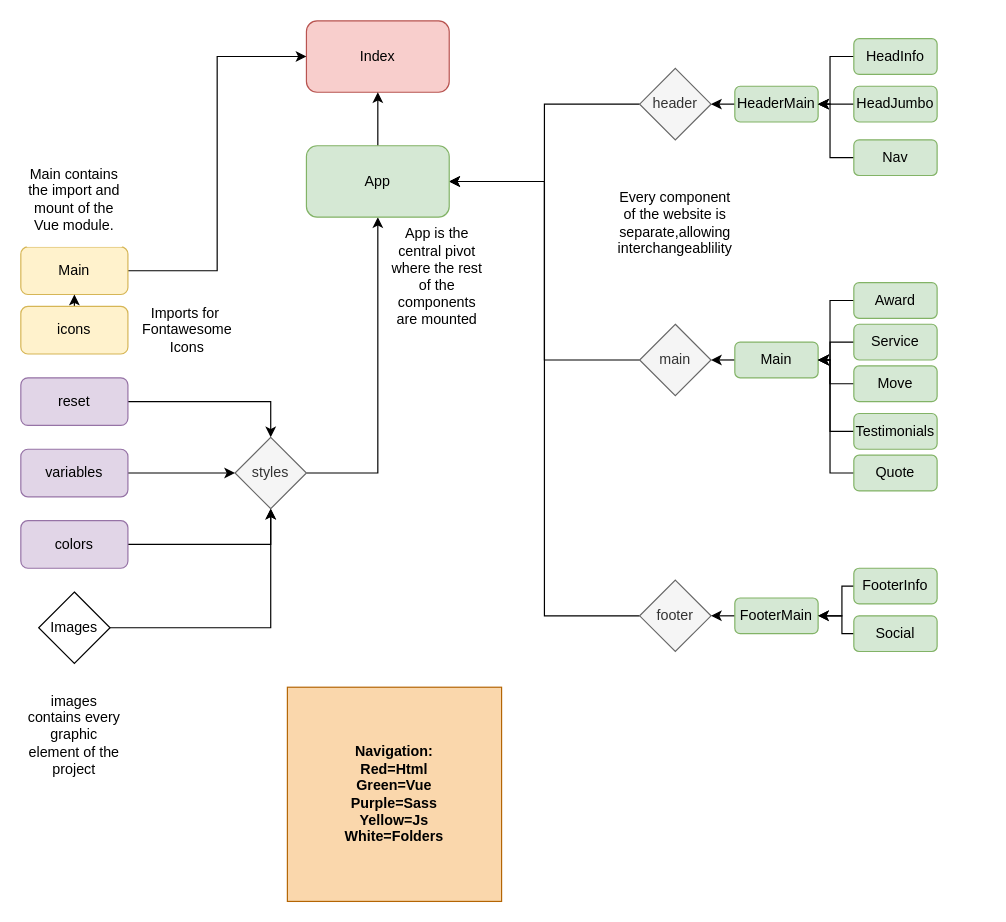
The draw.io diagram Avada Movers.drawio in Lorenzo91347/proj-html-vuejs, before the edit. Source tidied: cells renumbered, new cells numbered last; positions are measured from the earlier drawing's top-left corner, leaving out a move shared by most shapes. Both pictures are drawn from the tidied source at 119%, with x=0, y=0 at pixel (20, 20).
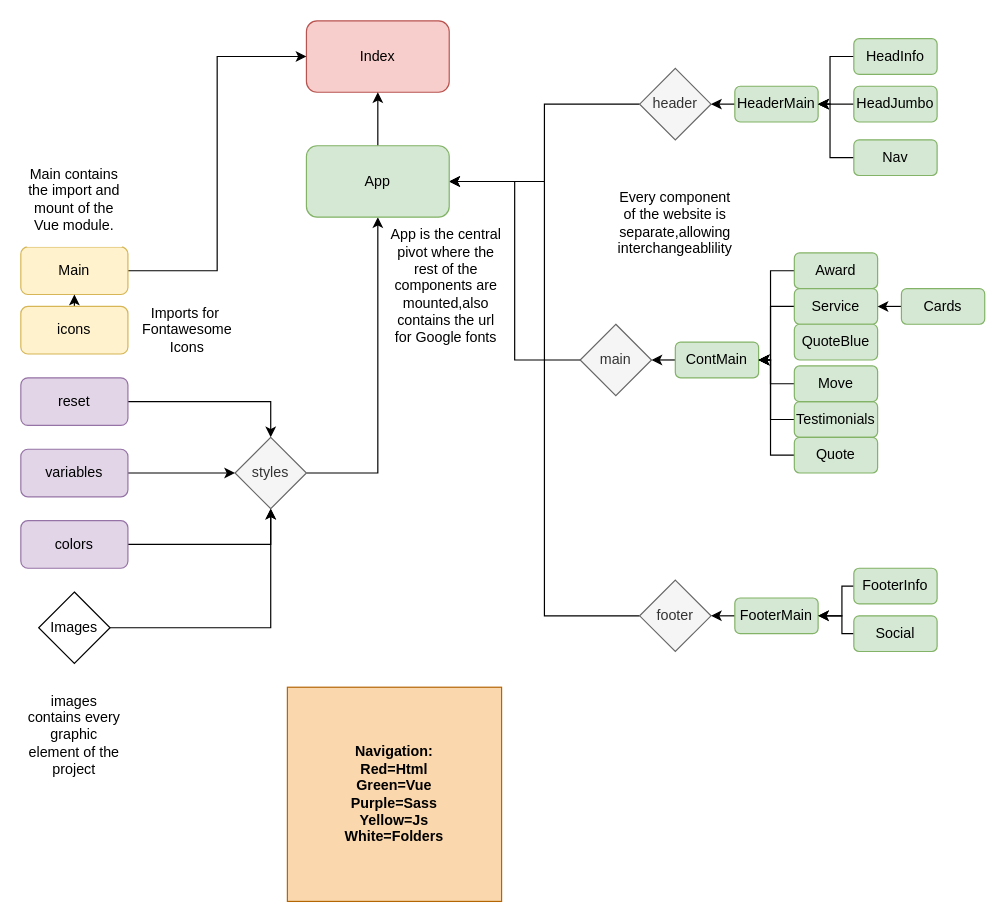
Above is the later version.

What changed in the source:
```diff
@@
     <mxCell id="6" value="main" style="rhombus;whiteSpace=wrap;html=1;fillColor=#f5f5f5;fontColor=#333333;strokeColor=#666666;" parent="1" vertex="1">
-      <mxGeometry x="520" y="255" width="60" height="60" as="geometry" />
+      <mxGeometry x="470" y="255" width="60" height="60" as="geometry" />
     </mxCell>
@@
-    <mxCell id="18" value="Main" style="rounded=1;whiteSpace=wrap;html=1;fillColor=#d5e8d4;strokeColor=#82b366;" parent="1" vertex="1">
-      <mxGeometry x="600" y="270" width="70" height="30" as="geometry" />
+    <mxCell id="18" value="ContMain" style="rounded=1;whiteSpace=wrap;html=1;fillColor=#d5e8d4;strokeColor=#82b366;" parent="1" vertex="1">
+      <mxGeometry x="550" y="270" width="70" height="30" as="geometry" />
     </mxCell>
     <mxCell id="19" style="edgeStyle=orthogonalEdgeStyle;rounded=0;jettySize=auto;html=1;exitX=0;exitY=0.5;exitDx=0;exitDy=0;entryX=1;entryY=0.5;entryDx=0;entryDy=0;" parent="1" edge="1" source="20" target="18">
       <mxGeometry relative="1" as="geometry">
         <Array as="points">
-          <mxPoint x="680" y="235" />
-          <mxPoint x="680" y="285" />
+          <mxPoint x="630" y="210" />
+          <mxPoint x="630" y="285" />
         </Array>
       </mxGeometry>
     </mxCell>
     <mxCell id="20" value="Award" style="rounded=1;whiteSpace=wrap;html=1;fillColor=#d5e8d4;strokeColor=#82b366;" parent="1" vertex="1">
-      <mxGeometry x="700" y="220" width="70" height="30" as="geometry" />
+      <mxGeometry x="650" y="195" width="70" height="30" as="geometry" />
     </mxCell>
-    <mxCell id="21" style="edgeStyle=orthogonalEdgeStyle;rounded=0;jettySize=auto;html=1;" parent="1" edge="1" source="22" target="18">
-      <mxGeometry relative="1" as="geometry" />
+    <mxCell id="21" style="edgeStyle=orthogonalEdgeStyle;rounded=0;jettySize=auto;html=1;exitX=0;exitY=0.5;exitDx=0;exitDy=0;entryX=1;entryY=0.5;entryDx=0;entryDy=0;" parent="1" edge="1" source="22" target="18">
+      <mxGeometry relative="1" as="geometry">
+        <Array as="points">
+          <mxPoint x="630" y="240" />
+          <mxPoint x="630" y="285" />
+        </Array>
+      </mxGeometry>
     </mxCell>
     <mxCell id="22" value="Service" style="rounded=1;whiteSpace=wrap;html=1;fillColor=#d5e8d4;strokeColor=#82b366;" parent="1" vertex="1">
-      <mxGeometry x="700" y="255" width="70" height="30" as="geometry" />
+      <mxGeometry x="650" y="225" width="70" height="30" as="geometry" />
     </mxCell>
-    <mxCell id="23" style="edgeStyle=orthogonalEdgeStyle;rounded=0;jettySize=auto;html=1;exitX=0;exitY=0.5;exitDx=0;exitDy=0;entryX=1;entryY=0.5;entryDx=0;entryDy=0;" parent="1" edge="1" source="24" target="18">
-      <mxGeometry relative="1" as="geometry">
-        <Array as="points">
-          <mxPoint x="680" y="305" />
-          <mxPoint x="680" y="285" />
-        </Array>
-      </mxGeometry>
-    </mxCell>
-    <mxCell id="24" value="Move" style="rounded=1;whiteSpace=wrap;html=1;fillColor=#d5e8d4;strokeColor=#82b366;" parent="1" vertex="1">
-      <mxGeometry x="700" y="290" width="70" height="30" as="geometry" />
-    </mxCell>
     <mxCell id="25" style="edgeStyle=orthogonalEdgeStyle;rounded=0;jettySize=auto;html=1;exitX=0;exitY=0.5;exitDx=0;exitDy=0;entryX=1;entryY=0.5;entryDx=0;entryDy=0;" parent="1" edge="1" source="26" target="18">
       <mxGeometry relative="1" as="geometry">
         <Array as="points">
-          <mxPoint x="680" y="345" />
-          <mxPoint x="680" y="285" />
+          <mxPoint x="630" y="335" />
+          <mxPoint x="630" y="285" />
         </Array>
       </mxGeometry>
     </mxCell>
     <mxCell id="26" value="Testimonials" style="rounded=1;whiteSpace=wrap;html=1;fillColor=#d5e8d4;strokeColor=#82b366;" parent="1" vertex="1">
-      <mxGeometry x="700" y="330" width="70" height="30" as="geometry" />
+      <mxGeometry x="650" y="320" width="70" height="30" as="geometry" />
     </mxCell>
@@
     <mxCell id="47" style="edgeStyle=orthogonalEdgeStyle;rounded=0;jettySize=auto;html=1;exitX=0;exitY=0.5;exitDx=0;exitDy=0;entryX=1;entryY=0.5;entryDx=0;entryDy=0;" parent="1" edge="1" source="48" target="18">
       <mxGeometry relative="1" as="geometry">
         <Array as="points">
-          <mxPoint x="680" y="380" />
-          <mxPoint x="680" y="285" />
+          <mxPoint x="630" y="365" />
+          <mxPoint x="630" y="285" />
         </Array>
       </mxGeometry>
     </mxCell>
     <mxCell id="48" value="Quote" style="rounded=1;whiteSpace=wrap;html=1;fillColor=#d5e8d4;strokeColor=#82b366;" parent="1" vertex="1">
-      <mxGeometry x="700" y="365" width="70" height="30" as="geometry" />
+      <mxGeometry x="650" y="350" width="70" height="30" as="geometry" />
     </mxCell>
@@
-    <mxCell id="51" value="App is the central pivot where the rest of the components are mounted" style="whiteSpace=wrap;html=1;strokeColor=none;" parent="1" vertex="1">
-      <mxGeometry x="310" y="175" width="80" height="80" as="geometry" />
+    <mxCell id="51" value="App is the central pivot where the rest of the components are mounted,also&lt;br&gt;contains the url for Google fonts" style="whiteSpace=wrap;html=1;strokeColor=none;" parent="1" vertex="1">
+      <mxGeometry x="310" y="175" width="95" height="95" as="geometry" />
     </mxCell>
@@
+    <mxCell id="23" style="edgeStyle=orthogonalEdgeStyle;rounded=0;jettySize=auto;html=1;exitX=0;exitY=0.5;exitDx=0;exitDy=0;entryX=1;entryY=0.5;entryDx=0;entryDy=0;" parent="1" edge="1" source="24" target="18">
+      <mxGeometry relative="1" as="geometry">
+        <Array as="points">
+          <mxPoint x="630" y="305" />
+          <mxPoint x="630" y="285" />
+        </Array>
+      </mxGeometry>
+    </mxCell>
+    <mxCell id="24" value="Move" style="rounded=1;whiteSpace=wrap;html=1;fillColor=#d5e8d4;strokeColor=#82b366;" parent="1" vertex="1">
+      <mxGeometry x="650" y="290" width="70" height="30" as="geometry" />
+    </mxCell>
+    <mxCell id="57" style="edgeStyle=orthogonalEdgeStyle;rounded=0;jettySize=auto;html=1;exitX=0;exitY=0.5;exitDx=0;exitDy=0;entryX=1;entryY=0.5;entryDx=0;entryDy=0;" parent="1" edge="1" source="58" target="22">
+      <mxGeometry relative="1" as="geometry" />
+    </mxCell>
+    <mxCell id="58" value="Cards" style="rounded=1;whiteSpace=wrap;html=1;fillColor=#d5e8d4;strokeColor=#82b366;" parent="1" vertex="1">
+      <mxGeometry x="740" y="225" width="70" height="30" as="geometry" />
+    </mxCell>
+    <mxCell id="59" value="QuoteBlue" style="rounded=1;whiteSpace=wrap;html=1;fillColor=#d5e8d4;strokeColor=#82b366;" parent="1" vertex="1">
+      <mxGeometry x="650" y="255" width="70" height="30" as="geometry" />
+    </mxCell>
```
